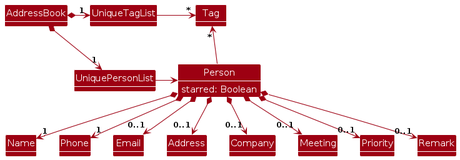
Earlier version of the PlantUML export diagrams/BetterModelClassDiagram.png (AY2324S2-CS2103T-F14-4/tp). Its source is kept beside it as diagrams/BetterModelClassDiagram.puml.
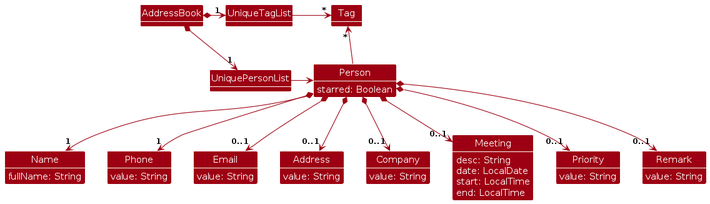
Above is the later version.

The edit, as a diff of the source:
```diff
@@ -28,4 +28,15 @@
 Person *--> "0..1" Priority
 Person *--> "0..1" Remark
 Person : starred: Boolean
+Name : fullName: String
+Phone : value: String
+Email : value: String
+Address : value: String
+Company : value: String
+Meeting : desc: String
+Meeting : date: LocalDate
+Meeting : start: LocalTime
+Meeting : end: LocalTime
+Priority : value: String
+Remark : value: String
 @enduml
```
